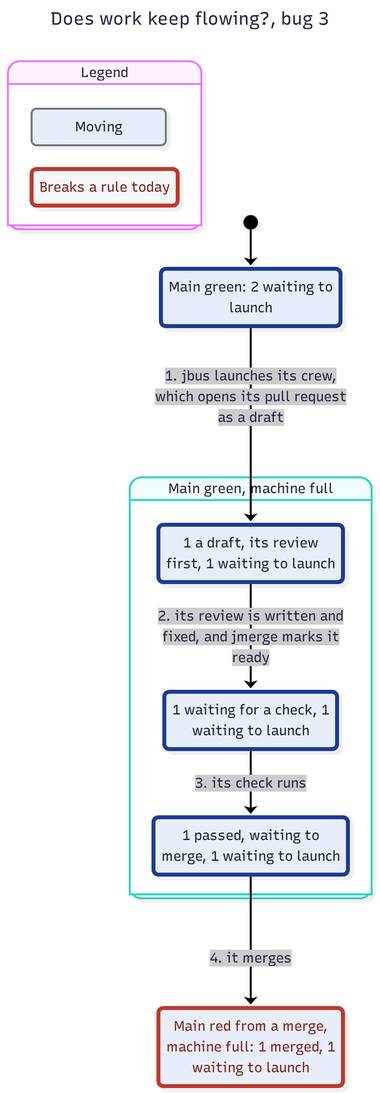
Above: features/jmerge/spec/FlowToday-statechart/bug-3.png in JoshuaHayesWasHere/jstack (Mermaid), before the change. Its source is kept beside it as features/jmerge/spec/FlowToday-statechart/bug-3.mmd.
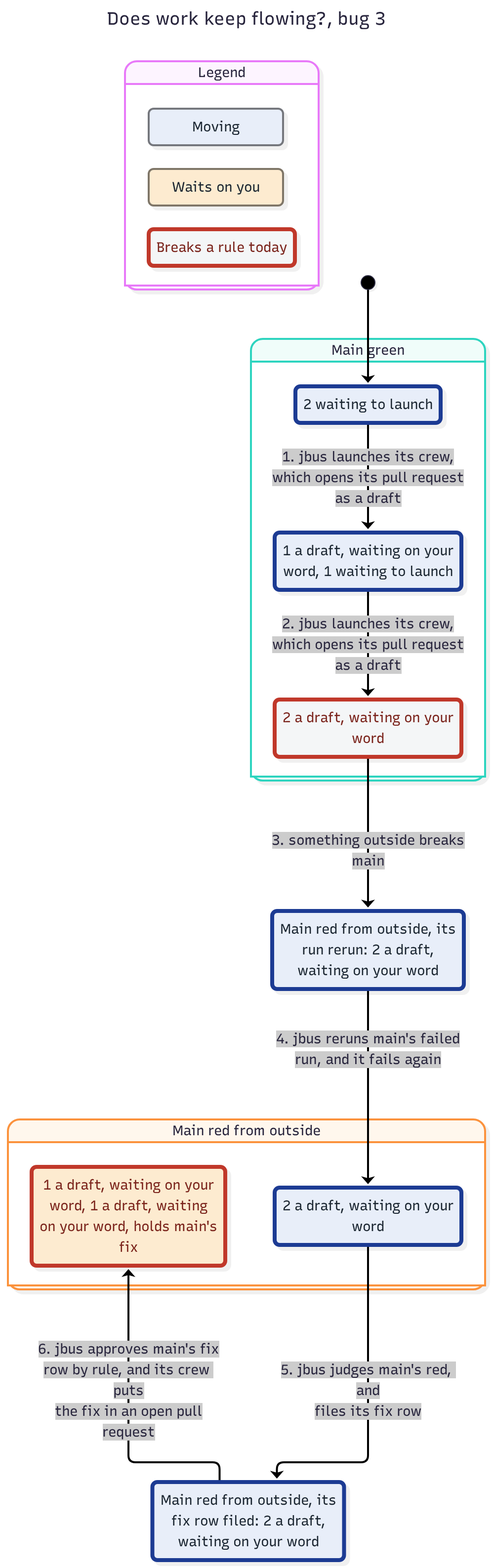
Above is the later version.

Diff of the diagram source:
```diff
@@ -8,28 +8,39 @@
 stateDiagram-v2
   classDef plainWrong fill:#f4f6f7,stroke:#c0392b,stroke-width:4px,color:#7b241c
   classDef group1 fill:#e8eef9,stroke:#74777d,color:#1b2631
-  classDef group1Wrong fill:#e8eef9,stroke:#c0392b,stroke-width:4px,color:#7b241c
   classDef group1Path fill:#e8eef9,stroke:#1f3a93,stroke-width:4px,color:#1b2631
+  classDef group2 fill:#fdebd0,stroke:#7f7668,color:#1b2631
+  classDef group2Wrong fill:#fdebd0,stroke:#c0392b,stroke-width:4px,color:#7b241c
   state "Legend" as legend {
     state "Moving" as legendGroup1
+    state "Waits on you" as legendGroup2
     state "Breaks a rule today" as legendWrong
   }
   class legendGroup1 group1
+  class legendGroup2 group2
   class legendWrong plainWrong
-  state "Main green, machine full" as g0 {
-    state "1 a draft, its review<br/>first, 1 waiting to launch" as s0
-    state "1 passed, waiting to<br/>merge, 1 waiting to launch" as s1
-    state "1 waiting for a check, 1<br/>waiting to launch" as s2
+  state "Main green" as g0 {
+    state "1 a draft, waiting on your<br/>word, 1 waiting to launch" as s0
+    state "2 a draft, waiting on your<br/>word" as s1
+    state "2 waiting to launch" as s2
   }
-  state "Main green: 2 waiting to<br/>launch" as s3
-  state "Main red from a merge,<br/>machine full: 1 merged, 1<br/>waiting to launch" as s4
-  [*] --> s3
-  s3 --> s0 : 1. jbus launches its crew,<br/>which opens its pull request<br/>as a draft
-  s0 --> s2 : 2. its review is written and<br/>fixed, and jmerge marks it<br/>ready
-  s2 --> s1 : 3. its check runs
-  s1 --> s4 : 4. it merges
+  state "Main red from outside" as g1 {
+    state "1 a draft, waiting on your<br/>word, 1 a draft, waiting<br/>on your word, holds main's<br/>fix" as s3
+    state "2 a draft, waiting on your<br/>word" as s4
+  }
+  state "Main red from outside, its<br/>fix row filed: 2 a draft,<br/>waiting on your word" as s5
+  state "Main red from outside, its<br/>run rerun: 2 a draft,<br/>waiting on your word" as s6
+  [*] --> s2
+  s2 --> s0 : 1. jbus launches its crew,<br/>which opens its pull request<br/>as a draft
+  s0 --> s1 : 2. jbus launches its crew,<br/>which opens its pull request<br/>as a draft
+  s1 --> s6 : 3. something outside breaks<br/>main
+  s6 --> s4 : 4. jbus reruns main's failed<br/>run, and it fails again
+  s4 --> s5 : 5. jbus judges main's red, and<br/>files its fix row
+  s5 --> s3 : 6. jbus approves main's fix<br/>row by rule, and its crew puts<br/>the fix in an open pull<br/>request
   class s0 group1Path
-  class s1 group1Path
+  class s1 plainWrong
   class s2 group1Path
-  class s3 group1Path
-  class s4 group1Wrong
+  class s5 group1Path
+  class s6 group1Path
+  class s3 group2Wrong
+  class s4 group1Path
```
